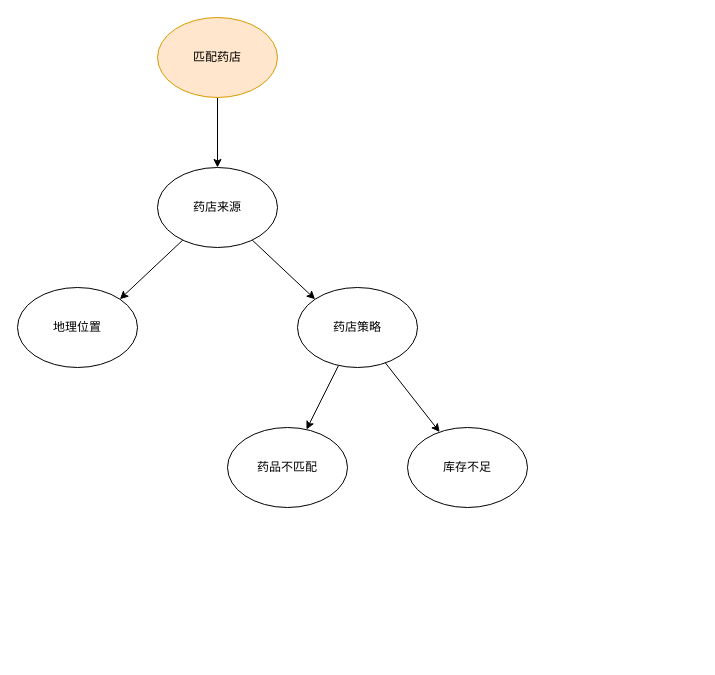
Earlier version of the draw.io diagram 未命名绘图.drawio (kekokele/test). Source tidied: cells renumbered, new cells numbered last; positions are measured from the earlier drawing's top-left corner, leaving out a move shared by most shapes. Both pictures are drawn from the tidied source at 100%, with x=0, y=0 at pixel (17, 17).
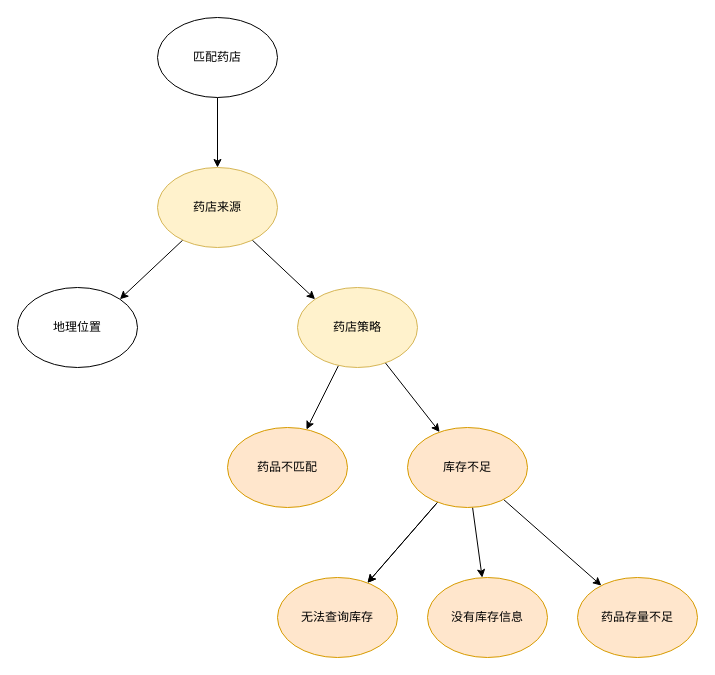
The same diagram, later.

Change to the diagram source:
```diff
@@
 <mxGraphModel>
   <root>
     <mxCell id="0" />
     <mxCell id="1" parent="0" />
     <mxCell id="2" style="rounded=0;jettySize=auto;html=1;" parent="1" edge="1" source="3" target="6">
       <mxGeometry relative="1" as="geometry" />
     </mxCell>
-    <mxCell id="3" value="匹配药店" style="ellipse;whiteSpace=wrap;html=1;fillColor=#ffe6cc;strokeColor=#d79b00;" parent="1" vertex="1">
+    <mxCell id="3" value="匹配药店" style="ellipse;whiteSpace=wrap;html=1;" parent="1" vertex="1">
       <mxGeometry x="140" width="120" height="80" as="geometry" />
     </mxCell>
     <mxCell id="4" style="edgeStyle=none;rounded=0;jettySize=auto;html=1;entryX=1;entryY=0;entryDx=0;entryDy=0;" parent="1" edge="1" source="6" target="7">
       <mxGeometry relative="1" as="geometry" />
     </mxCell>
     <mxCell id="5" style="edgeStyle=none;rounded=0;jettySize=auto;html=1;entryX=0;entryY=0;entryDx=0;entryDy=0;" parent="1" edge="1" source="6" target="10">
       <mxGeometry relative="1" as="geometry" />
     </mxCell>
-    <mxCell id="6" value="药店来源" style="ellipse;whiteSpace=wrap;html=1;" parent="1" vertex="1">
+    <mxCell id="6" value="药店来源" style="ellipse;whiteSpace=wrap;html=1;fillColor=#fff2cc;strokeColor=#d6b656;" parent="1" vertex="1">
       <mxGeometry x="140" y="150" width="120" height="80" as="geometry" />
     </mxCell>
     <mxCell id="7" value="地理位置" style="ellipse;whiteSpace=wrap;html=1;" parent="1" vertex="1">
       <mxGeometry y="270" width="120" height="80" as="geometry" />
     </mxCell>
     <mxCell id="8" style="edgeStyle=none;rounded=0;jettySize=auto;html=1;" parent="1" edge="1" source="10" target="12">
       <mxGeometry relative="1" as="geometry" />
     </mxCell>
     <mxCell id="9" style="edgeStyle=none;rounded=0;jettySize=auto;html=1;" parent="1" edge="1" source="10" target="11">
       <mxGeometry relative="1" as="geometry" />
     </mxCell>
-    <mxCell id="10" value="药店策略" style="ellipse;whiteSpace=wrap;html=1;" parent="1" vertex="1">
+    <mxCell id="10" value="药店策略" style="ellipse;whiteSpace=wrap;html=1;fillColor=#fff2cc;strokeColor=#d6b656;" parent="1" vertex="1">
       <mxGeometry x="280" y="270" width="120" height="80" as="geometry" />
     </mxCell>
+    <mxCell id="13" style="edgeStyle=none;rounded=0;jettySize=auto;html=1;" parent="1" edge="1" source="11" target="19">
+      <mxGeometry relative="1" as="geometry" />
+    </mxCell>
+    <mxCell id="14" style="edgeStyle=none;rounded=0;jettySize=auto;html=1;" parent="1" edge="1" source="11" target="19">
+      <mxGeometry relative="1" as="geometry" />
+    </mxCell>
+    <mxCell id="15" style="edgeStyle=none;rounded=0;jettySize=auto;html=1;" parent="1" edge="1" source="11" target="18">
+      <mxGeometry relative="1" as="geometry" />
+    </mxCell>
+    <mxCell id="16" style="edgeStyle=none;rounded=0;jettySize=auto;html=1;" parent="1" edge="1" source="11" target="17">
+      <mxGeometry relative="1" as="geometry" />
+    </mxCell>
-    <mxCell id="11" value="库存不足" style="ellipse;whiteSpace=wrap;html=1;" parent="1" vertex="1">
+    <mxCell id="11" value="库存不足" style="ellipse;whiteSpace=wrap;html=1;fillColor=#ffe6cc;strokeColor=#d79b00;" parent="1" vertex="1">
       <mxGeometry x="390" y="410" width="120" height="80" as="geometry" />
     </mxCell>
+    <mxCell id="17" value="药品存量不足" style="ellipse;whiteSpace=wrap;html=1;fillColor=#ffe6cc;strokeColor=#d79b00;" parent="1" vertex="1">
+      <mxGeometry x="560" y="560" width="120" height="80" as="geometry" />
+    </mxCell>
+    <mxCell id="18" value="没有库存信息" style="ellipse;whiteSpace=wrap;html=1;fillColor=#ffe6cc;strokeColor=#d79b00;" parent="1" vertex="1">
+      <mxGeometry x="410" y="560" width="120" height="80" as="geometry" />
+    </mxCell>
+    <mxCell id="19" value="无法查询库存" style="ellipse;whiteSpace=wrap;html=1;fillColor=#ffe6cc;strokeColor=#d79b00;" parent="1" vertex="1">
+      <mxGeometry x="260" y="560" width="120" height="80" as="geometry" />
+    </mxCell>
-    <mxCell id="12" value="药品不匹配" style="ellipse;whiteSpace=wrap;html=1;" parent="1" vertex="1">
+    <mxCell id="12" value="药品不匹配" style="ellipse;whiteSpace=wrap;html=1;fillColor=#ffe6cc;strokeColor=#d79b00;" parent="1" vertex="1">
       <mxGeometry x="210" y="410" width="120" height="80" as="geometry" />
     </mxCell>
   </root>
 </mxGraphModel>
```
